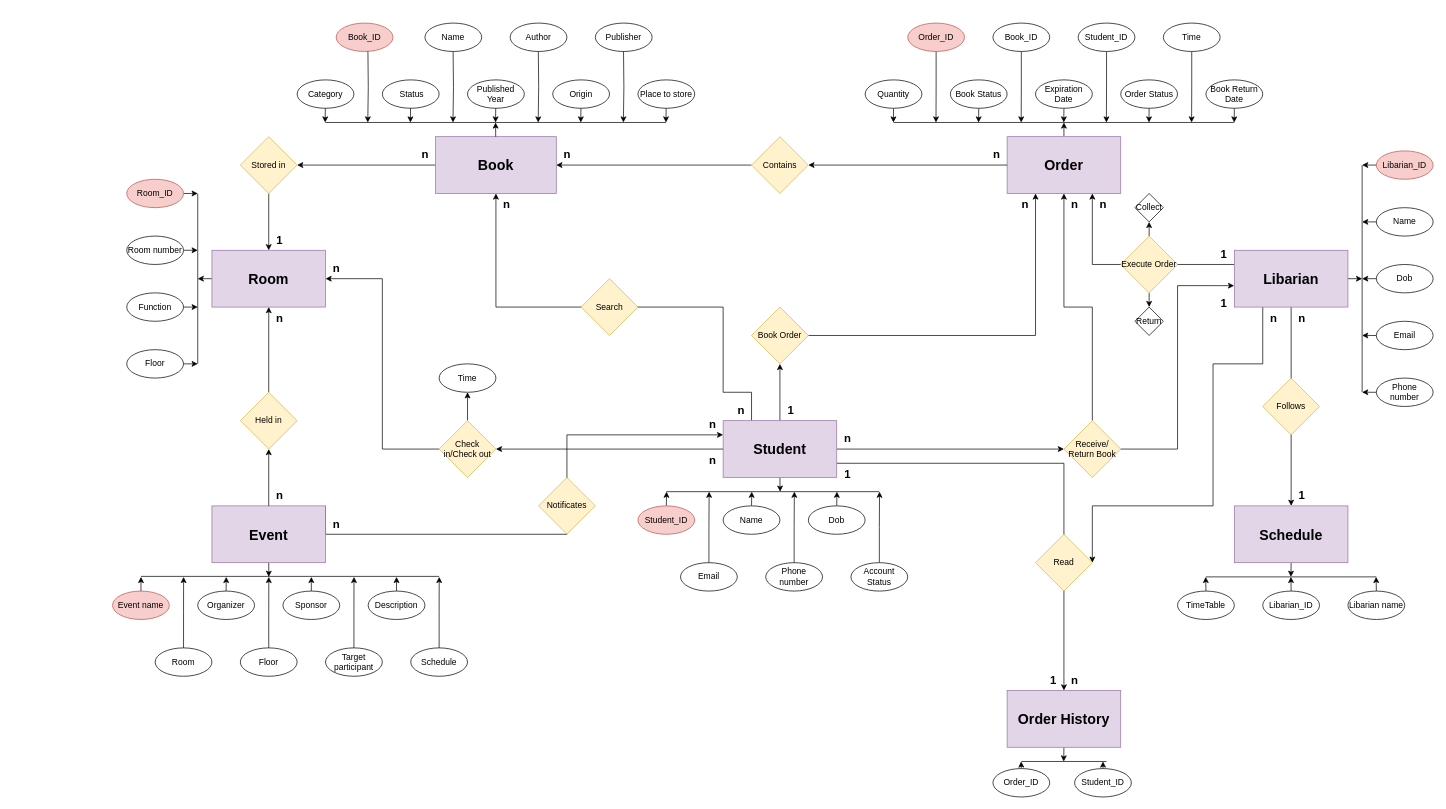
This is erd.drawio from Dovanvu09/LibraryManagement, a draw.io file, before an edit. Source tidied: cells renumbered, new cells numbered last; positions are measured from the earlier drawing's top-left corner, leaving out a move shared by most shapes. Both pictures are drawn from the tidied source at 71%, with x=0, y=0 at pixel (112, 23).
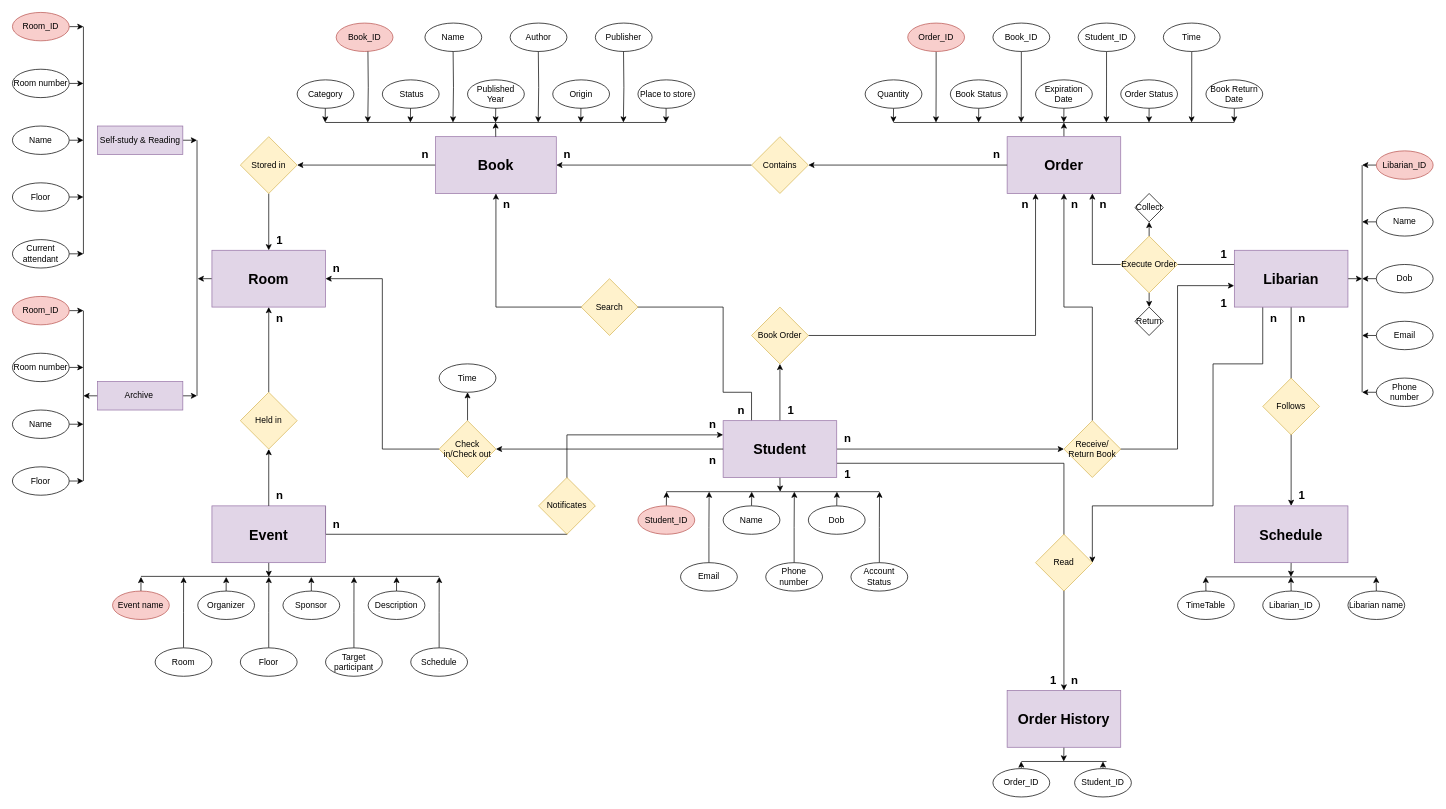
After the change.

Commit message (it also covers changes not shown here):
Cập nhật erd.drawio

Change to the diagram source:
```diff
@@
     <mxCell id="40" style="edgeStyle=orthogonalEdgeStyle;rounded=0;jettySize=auto;html=1;exitX=1;exitY=0.5;exitDx=0;exitDy=0;" parent="1" edge="1" source="41">
       <mxGeometry relative="1" as="geometry">
-        <mxPoint x="120" y="240" as="targetPoint" />
+        <mxPoint x="-41" y="5" as="targetPoint" />
       </mxGeometry>
     </mxCell>
     <mxCell id="41" value="Room_ID" style="ellipse;whiteSpace=wrap;html=1;fillColor=#f8cecc;strokeColor=#b85450;" parent="1" vertex="1">
-      <mxGeometry x="20" y="220" width="80" height="40" as="geometry" />
+      <mxGeometry x="-141" y="-15" width="80" height="40" as="geometry" />
     </mxCell>
     <mxCell id="42" style="edgeStyle=orthogonalEdgeStyle;rounded=0;jettySize=auto;html=1;exitX=1;exitY=0.5;exitDx=0;exitDy=0;" parent="1" edge="1" source="43">
       <mxGeometry relative="1" as="geometry">
-        <mxPoint x="120" y="480" as="targetPoint" />
+        <mxPoint x="-41" y="245" as="targetPoint" />
       </mxGeometry>
     </mxCell>
     <mxCell id="43" value="Floor" style="ellipse;whiteSpace=wrap;html=1;" parent="1" vertex="1">
-      <mxGeometry x="20" y="460" width="80" height="40" as="geometry" />
+      <mxGeometry x="-141" y="225" width="80" height="40" as="geometry" />
     </mxCell>
     <mxCell id="44" style="edgeStyle=orthogonalEdgeStyle;rounded=0;jettySize=auto;html=1;exitX=1;exitY=0.5;exitDx=0;exitDy=0;" parent="1" edge="1" source="45">
       <mxGeometry relative="1" as="geometry">
-        <mxPoint x="120" y="400" as="targetPoint" />
+        <mxPoint x="-41" y="165" as="targetPoint" />
       </mxGeometry>
     </mxCell>
-    <mxCell id="45" value="Function" style="ellipse;whiteSpace=wrap;html=1;" parent="1" vertex="1">
-      <mxGeometry x="20" y="380" width="80" height="40" as="geometry" />
+    <mxCell id="45" value="Name" style="ellipse;whiteSpace=wrap;html=1;" parent="1" vertex="1">
+      <mxGeometry x="-141" y="145" width="80" height="40" as="geometry" />
     </mxCell>
     <mxCell id="46" style="edgeStyle=orthogonalEdgeStyle;rounded=0;jettySize=auto;html=1;exitX=1;exitY=0.5;exitDx=0;exitDy=0;" parent="1" edge="1" source="47">
       <mxGeometry relative="1" as="geometry">
-        <mxPoint x="120" y="320" as="targetPoint" />
+        <mxPoint x="-41" y="85" as="targetPoint" />
       </mxGeometry>
     </mxCell>
     <mxCell id="47" value="Room number" style="ellipse;whiteSpace=wrap;html=1;" parent="1" vertex="1">
-      <mxGeometry x="20" y="300" width="80" height="40" as="geometry" />
+      <mxGeometry x="-141" y="65" width="80" height="40" as="geometry" />
     </mxCell>
@@
     <mxCell id="139" style="endArrow=none;html=1;rounded=0;" parent="1" edge="1">
       <mxGeometry relative="1" as="geometry">
-        <mxPoint x="120" y="480" as="sourcePoint" />
-        <mxPoint x="120" y="240" as="targetPoint" />
+        <mxPoint x="-41" y="325" as="sourcePoint" />
+        <mxPoint x="-41" y="5" as="targetPoint" />
       </mxGeometry>
     </mxCell>
@@
+    <mxCell id="179" style="edgeStyle=orthogonalEdgeStyle;rounded=0;jettySize=auto;html=1;exitX=1;exitY=0.5;exitDx=0;exitDy=0;" parent="1" edge="1" source="180">
+      <mxGeometry relative="1" as="geometry">
+        <mxPoint x="119" y="165" as="targetPoint" />
+      </mxGeometry>
+    </mxCell>
+    <mxCell id="180" value="Self-study &amp;amp; Reading" style="rounded=0;whiteSpace=wrap;html=1;fillColor=#e1d5e7;strokeColor=#9673a6;" parent="1" vertex="1">
+      <mxGeometry x="-21" y="145" width="120" height="40" as="geometry" />
+    </mxCell>
+    <mxCell id="181" style="edgeStyle=orthogonalEdgeStyle;rounded=0;jettySize=auto;html=1;exitX=1;exitY=0.5;exitDx=0;exitDy=0;" parent="1" edge="1" source="182">
+      <mxGeometry relative="1" as="geometry">
+        <mxPoint x="-41" y="405" as="targetPoint" />
+      </mxGeometry>
+    </mxCell>
+    <mxCell id="182" value="Room_ID" style="ellipse;whiteSpace=wrap;html=1;fillColor=#f8cecc;strokeColor=#b85450;" parent="1" vertex="1">
+      <mxGeometry x="-141" y="385" width="80" height="40" as="geometry" />
+    </mxCell>
+    <mxCell id="183" style="edgeStyle=orthogonalEdgeStyle;rounded=0;jettySize=auto;html=1;exitX=1;exitY=0.5;exitDx=0;exitDy=0;" parent="1" edge="1" source="184">
+      <mxGeometry relative="1" as="geometry">
+        <mxPoint x="-41" y="645" as="targetPoint" />
+      </mxGeometry>
+    </mxCell>
+    <mxCell id="184" value="Floor" style="ellipse;whiteSpace=wrap;html=1;" parent="1" vertex="1">
+      <mxGeometry x="-141" y="625" width="80" height="40" as="geometry" />
+    </mxCell>
+    <mxCell id="185" style="edgeStyle=orthogonalEdgeStyle;rounded=0;jettySize=auto;html=1;exitX=1;exitY=0.5;exitDx=0;exitDy=0;" parent="1" edge="1" source="186">
+      <mxGeometry relative="1" as="geometry">
+        <mxPoint x="-41" y="565" as="targetPoint" />
+      </mxGeometry>
+    </mxCell>
+    <mxCell id="186" value="Name" style="ellipse;whiteSpace=wrap;html=1;" parent="1" vertex="1">
+      <mxGeometry x="-141" y="545" width="80" height="40" as="geometry" />
+    </mxCell>
+    <mxCell id="187" style="edgeStyle=orthogonalEdgeStyle;rounded=0;jettySize=auto;html=1;exitX=1;exitY=0.5;exitDx=0;exitDy=0;" parent="1" edge="1" source="188">
+      <mxGeometry relative="1" as="geometry">
+        <mxPoint x="-41" y="485" as="targetPoint" />
+      </mxGeometry>
+    </mxCell>
+    <mxCell id="188" value="Room number" style="ellipse;whiteSpace=wrap;html=1;" parent="1" vertex="1">
+      <mxGeometry x="-141" y="465" width="80" height="40" as="geometry" />
+    </mxCell>
+    <mxCell id="189" style="endArrow=none;html=1;rounded=0;" parent="1" edge="1">
+      <mxGeometry relative="1" as="geometry">
+        <mxPoint x="-41" y="645" as="sourcePoint" />
+        <mxPoint x="-41" y="405" as="targetPoint" />
+      </mxGeometry>
+    </mxCell>
+    <mxCell id="190" style="edgeStyle=orthogonalEdgeStyle;rounded=0;jettySize=auto;html=1;exitX=1;exitY=0.5;exitDx=0;exitDy=0;" parent="1" edge="1" source="191">
+      <mxGeometry relative="1" as="geometry">
+        <mxPoint x="-41" y="325" as="targetPoint" />
+      </mxGeometry>
+    </mxCell>
+    <mxCell id="191" value="Current attendant" style="ellipse;whiteSpace=wrap;html=1;" parent="1" vertex="1">
+      <mxGeometry x="-141" y="305" width="80" height="40" as="geometry" />
+    </mxCell>
+    <mxCell id="192" style="edgeStyle=orthogonalEdgeStyle;rounded=0;jettySize=auto;html=1;exitX=0;exitY=0.5;exitDx=0;exitDy=0;" parent="1" edge="1" source="194">
+      <mxGeometry relative="1" as="geometry">
+        <mxPoint x="-41" y="525" as="targetPoint" />
+      </mxGeometry>
+    </mxCell>
+    <mxCell id="193" style="edgeStyle=orthogonalEdgeStyle;rounded=0;jettySize=auto;html=1;exitX=1;exitY=0.5;exitDx=0;exitDy=0;" parent="1" edge="1" source="194">
+      <mxGeometry relative="1" as="geometry">
+        <mxPoint x="119" y="525" as="targetPoint" />
+      </mxGeometry>
+    </mxCell>
+    <mxCell id="194" value="Archive&amp;nbsp;" style="rounded=0;whiteSpace=wrap;html=1;fillColor=#e1d5e7;strokeColor=#9673a6;" parent="1" vertex="1">
+      <mxGeometry x="-21" y="505" width="120" height="40" as="geometry" />
+    </mxCell>
+    <mxCell id="195" style="endArrow=none;html=1;rounded=0;" parent="1" edge="1">
+      <mxGeometry relative="1" as="geometry">
+        <mxPoint x="119" y="525" as="sourcePoint" />
+        <mxPoint x="119" y="165" as="targetPoint" />
+      </mxGeometry>
+    </mxCell>
```
